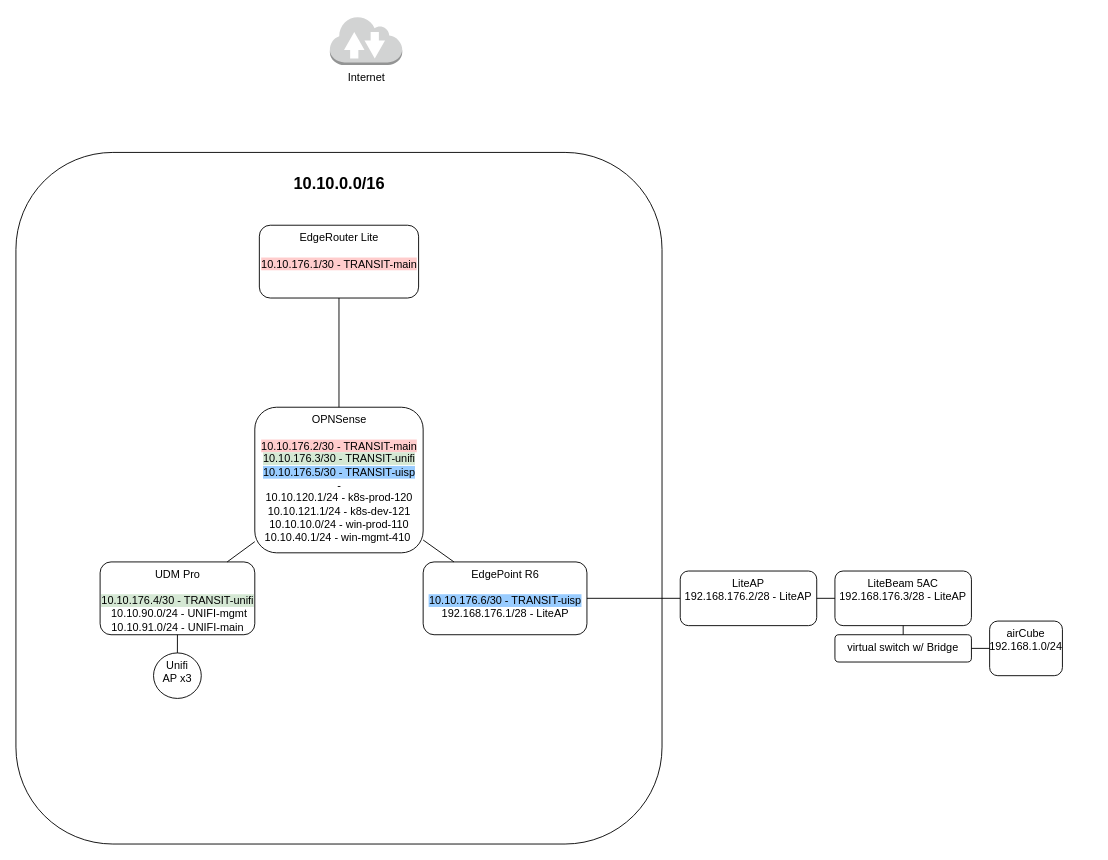
Before: page "Logical Network" (2 of 2) of docs/diagrams/tnwks-ops.drawio in iT3E/tnwks-ops, a draw.io diagram. Source tidied: cells renumbered, new cells numbered last; positions are measured from the earlier drawing's top-left corner, leaving out a move shared by most shapes. Both pictures are drawn from the tidied source at 91%, with x=0, y=0 at pixel (15, 15).
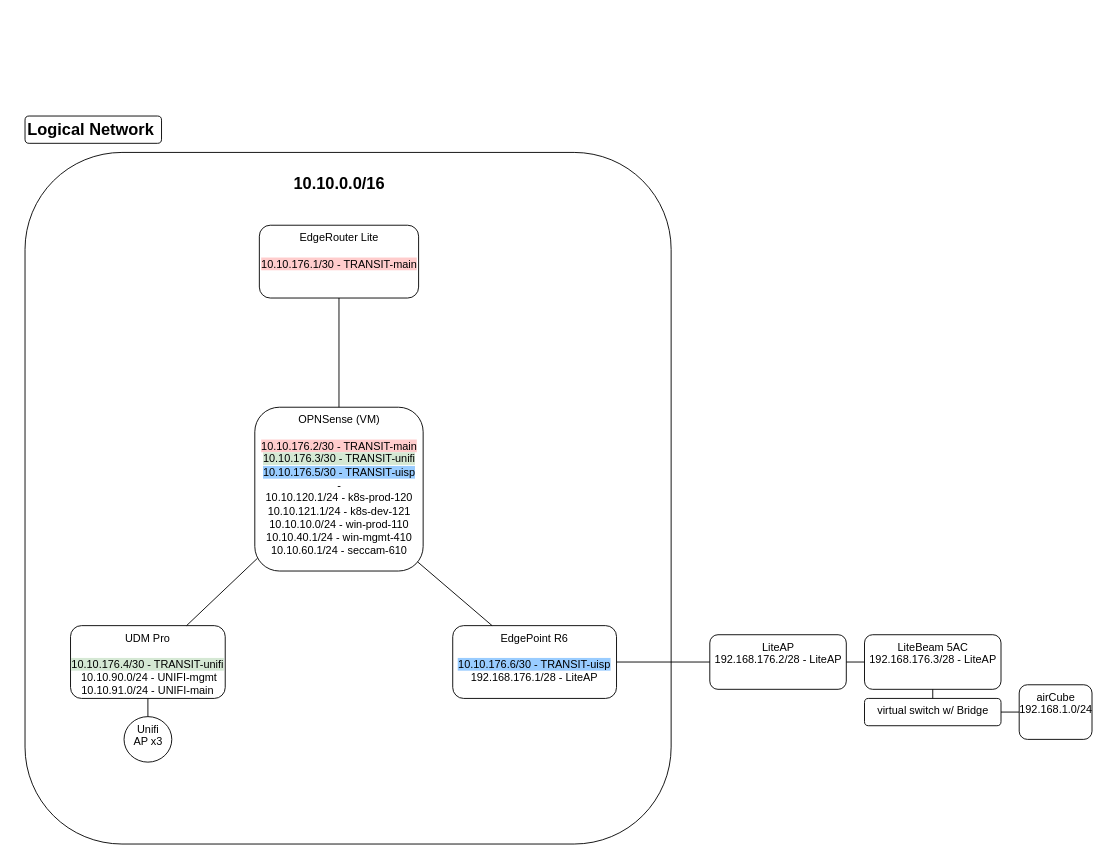
After the change.

Commit message (it also covers changes not shown here):
physical + logical diagram

Change to the diagram source:
```diff
@@
     <mxCell id="2" style="rounded=1;whiteSpace=wrap;html=1;fillColor=none;" parent="1" vertex="1">
-      <mxGeometry y="150" width="710" height="760" as="geometry" />
+      <mxGeometry x="10" y="150" width="710" height="760" as="geometry" />
     </mxCell>
@@
-    <mxCell id="5" style="rounded=0;jumpStyle=arc;jettySize=auto;html=1;endArrow=none;endFill=0;" parent="1" edge="1" source="7" target="13">
-      <mxGeometry relative="1" as="geometry" />
+    <mxCell id="5" style="rounded=0;jumpStyle=arc;jettySize=auto;html=1;endArrow=none;endFill=0;entryX=0.016;entryY=0.922;entryDx=0;entryDy=0;entryPerimeter=0;" parent="1" edge="1" source="7" target="13">
+      <mxGeometry relative="1" as="geometry">
+        <Array as="points">
+          <mxPoint x="230" y="630" />
+        </Array>
+      </mxGeometry>
     </mxCell>
@@
     <mxCell id="7" value="UDM Pro&lt;br&gt;&lt;br&gt;&lt;span style=&quot;background-color: rgb(213, 232, 212);&quot;&gt;10.10.176.4/30 - TRANSIT-unifi&lt;/span&gt;&lt;br&gt;&amp;nbsp;10.10.90.0/24 - UNIFI-mgmt&lt;br&gt;10.10.91.0/24 - UNIFI-main" style="rounded=1;whiteSpace=wrap;html=1;fillColor=none;verticalAlign=top;" parent="1" vertex="1">
-      <mxGeometry x="92.5" y="600" width="170" height="80" as="geometry" />
+      <mxGeometry x="60" y="670" width="170" height="80" as="geometry" />
     </mxCell>
-    <mxCell id="8" style="edgeStyle=none;rounded=0;jumpStyle=arc;jettySize=auto;html=1;endArrow=none;endFill=0;" parent="1" edge="1" source="10" target="13">
+    <mxCell id="8" style="edgeStyle=none;rounded=0;jumpStyle=arc;jettySize=auto;html=1;endArrow=none;endFill=0;entryX=0.967;entryY=0.944;entryDx=0;entryDy=0;entryPerimeter=0;" parent="1" edge="1" source="10" target="13">
       <mxGeometry relative="1" as="geometry" />
     </mxCell>
@@
     <mxCell id="10" value="EdgePoint R6&lt;br&gt;&lt;br&gt;&lt;span style=&quot;background-color: rgb(153, 204, 255);&quot;&gt;10.10.176.6/30 - TRANSIT-uisp&lt;br&gt;&lt;/span&gt;192.168.176.1/28 - LiteAP" style="rounded=1;whiteSpace=wrap;html=1;fillColor=none;verticalAlign=top;" parent="1" vertex="1">
-      <mxGeometry x="447.5" y="600" width="180" height="80" as="geometry" />
+      <mxGeometry x="480" y="670" width="180" height="80" as="geometry" />
     </mxCell>
-    <mxCell id="11" value="Internet" style="dashed=0;verticalLabelPosition=bottom;verticalAlign=top;align=center;html=1;shape=mxgraph.aws3.internet_2;fillColor=#D2D3D3;gradientColor=none;" parent="1" vertex="1">
-      <mxGeometry x="345" width="79.5" height="54" as="geometry" />
-    </mxCell>
@@
-    <mxCell id="13" value="OPNSense&lt;br&gt;&lt;br&gt;&lt;span style=&quot;background-color: rgb(255, 204, 204);&quot;&gt;10.10.176.2/30 - TRANSIT-main&lt;/span&gt;&lt;br&gt;&lt;span style=&quot;background-color: rgb(213, 232, 212);&quot;&gt;10.10.176.3/30 - TRANSIT-unifi&lt;/span&gt;&lt;br&gt;&lt;span style=&quot;background-color: rgb(153, 204, 255);&quot;&gt;10.10.176.5/30 - TRANSIT-uisp&lt;/span&gt;&lt;br&gt;-&lt;br&gt;10.10.120.1/24 - k8s-prod-120&lt;br&gt;10.10.121.1/24 - k8s-dev-121&lt;br&gt;10.10.10.0/24 - win-prod-110&lt;br&gt;10.10.40.1/24 - win-mgmt-410&amp;nbsp;" style="rounded=1;whiteSpace=wrap;html=1;fillColor=none;verticalAlign=top;" parent="1" vertex="1">
-      <mxGeometry x="262.5" y="430" width="185" height="160" as="geometry" />
+    <mxCell id="13" value="OPNSense (VM)&lt;br&gt;&lt;br&gt;&lt;span style=&quot;background-color: rgb(255, 204, 204);&quot;&gt;10.10.176.2/30 - TRANSIT-main&lt;/span&gt;&lt;br&gt;&lt;span style=&quot;background-color: rgb(213, 232, 212);&quot;&gt;10.10.176.3/30 - TRANSIT-unifi&lt;/span&gt;&lt;br&gt;&lt;span style=&quot;background-color: rgb(153, 204, 255);&quot;&gt;10.10.176.5/30 - TRANSIT-uisp&lt;/span&gt;&lt;br&gt;-&lt;br&gt;10.10.120.1/24 - k8s-prod-120&lt;br&gt;10.10.121.1/24 - k8s-dev-121&lt;br&gt;10.10.10.0/24 - win-prod-110&lt;br&gt;10.10.40.1/24 - win-mgmt-410&lt;br&gt;10.10.60.1/24 - seccam-610&lt;br&gt;&amp;nbsp;" style="rounded=1;whiteSpace=wrap;html=1;fillColor=none;verticalAlign=top;" parent="1" vertex="1">
+      <mxGeometry x="262.5" y="430" width="185" height="180" as="geometry" />
     </mxCell>
@@
     <mxCell id="15" value="LiteAP&lt;br&gt;192.168.176.2/28 - LiteAP" style="whiteSpace=wrap;html=1;verticalAlign=top;fillColor=none;rounded=1;" parent="1" vertex="1">
-      <mxGeometry x="730" y="610" width="150" height="60" as="geometry" />
+      <mxGeometry x="762.5" y="680" width="150" height="60" as="geometry" />
     </mxCell>
@@
     <mxCell id="17" value="LiteBeam 5AC&lt;br&gt;192.168.176.3/28 - LiteAP" style="whiteSpace=wrap;html=1;verticalAlign=top;fillColor=none;rounded=1;" parent="1" vertex="1">
-      <mxGeometry x="900" y="610" width="150" height="60" as="geometry" />
+      <mxGeometry x="932.5" y="680" width="150" height="60" as="geometry" />
     </mxCell>
@@
     <mxCell id="19" value="virtual switch w/ Bridge" style="whiteSpace=wrap;html=1;verticalAlign=top;fillColor=none;rounded=1;" parent="1" vertex="1">
-      <mxGeometry x="900" y="680" width="150" height="30" as="geometry" />
+      <mxGeometry x="932.5" y="750" width="150" height="30" as="geometry" />
     </mxCell>
     <mxCell id="20" value="airCube&lt;br&gt;192.168.1.0/24" style="whiteSpace=wrap;html=1;verticalAlign=top;fillColor=none;rounded=1;" parent="1" vertex="1">
-      <mxGeometry x="1070" y="665" width="80" height="60" as="geometry" />
+      <mxGeometry x="1102.5" y="735" width="80" height="60" as="geometry" />
     </mxCell>
     <mxCell id="21" value="Unifi&lt;br&gt;AP x3" style="ellipse;whiteSpace=wrap;html=1;verticalAlign=top;fillColor=none;rounded=1;" parent="1" vertex="1">
-      <mxGeometry x="151.2" y="700" width="52.5" height="50" as="geometry" />
+      <mxGeometry x="118.8" y="770" width="52.5" height="50" as="geometry" />
     </mxCell>
+    <mxCell id="22" value="&lt;h2&gt;&lt;b&gt;Logical Network&amp;nbsp;&lt;/b&gt;&lt;/h2&gt;" style="text;html=1;align=center;verticalAlign=middle;whiteSpace=wrap;rounded=1;strokeColor=default;" parent="1" vertex="1">
+      <mxGeometry x="10" y="110" width="150" height="30" as="geometry" />
+    </mxCell>
```
